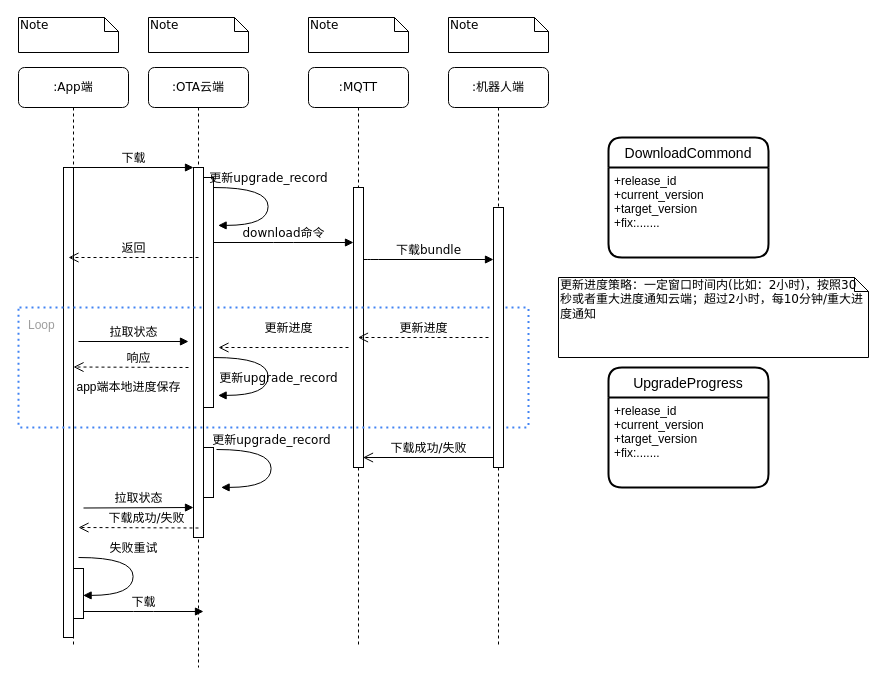
Earlier version of the draw.io diagram craft/download_flow.drawio (feihu618/drawio). Source tidied: cells renumbered, new cells numbered last; positions are measured from the earlier drawing's top-left corner, leaving out a move shared by most shapes. Both pictures are drawn from the tidied source at 100%, with x=0, y=0 at pixel (18, 17).
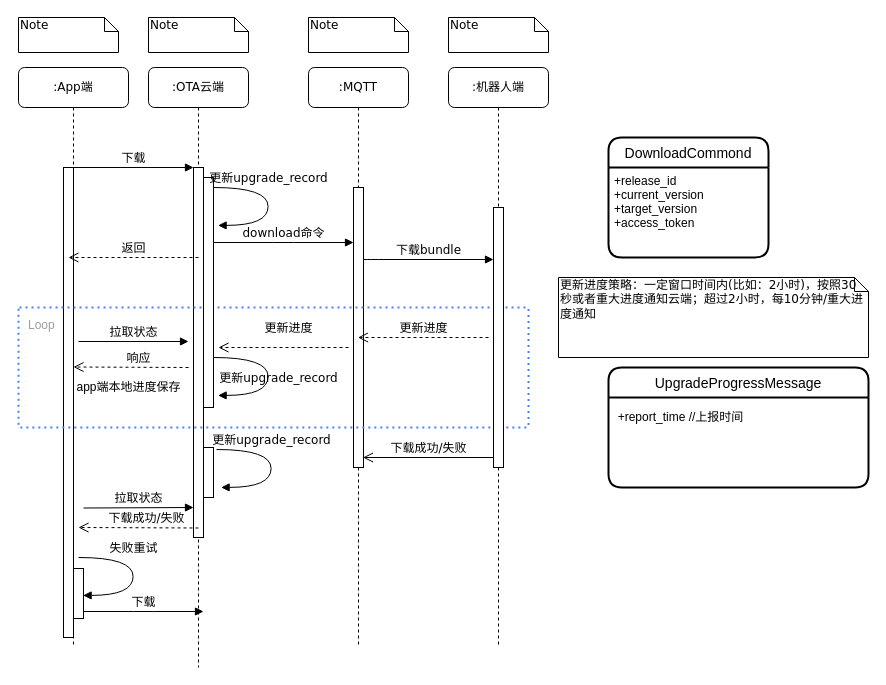
The same page after the edit.

Unchanged cells that the change refers to:
```xml
<mxCell id="37" value="DownloadCommond" style="swimlane;horizontal=1;startSize=30;rounded=1;fontSize=14;fontStyle=0;strokeWidth=2;shadow=0;dashed=0;align=center;" parent="1" vertex="1">
  <mxGeometry x="590" y="120" width="160" height="120" as="geometry" />
</mxCell>
```

What changed in the source:
```diff
@@
-    <mxCell id="38" value="+release_id&#10;+current_version&#10;+target_version&#10;+fix:......." style="align=left;strokeColor=none;fillColor=none;spacingLeft=4;fontSize=12;verticalAlign=top;" parent="37" vertex="1">
+    <mxCell id="38" value="+release_id&#10;+current_version&#10;+target_version&#10;+access_token" style="align=left;strokeColor=none;fillColor=none;spacingLeft=4;fontSize=12;verticalAlign=top;" parent="37" vertex="1">
       <mxGeometry y="30" width="160" height="90" as="geometry" />
     </mxCell>
-    <mxCell id="39" value="UpgradeProgress" style="swimlane;horizontal=1;startSize=30;rounded=1;fontSize=14;fontStyle=0;strokeWidth=2;shadow=0;dashed=0;align=center;" parent="1" vertex="1">
-      <mxGeometry x="590" y="350" width="160" height="120" as="geometry" />
+    <mxCell id="39" value="UpgradeProgressMessage" style="swimlane;horizontal=1;startSize=30;rounded=1;fontSize=14;fontStyle=0;strokeWidth=2;shadow=0;dashed=0;align=center;" parent="1" vertex="1">
+      <mxGeometry x="590" y="350" width="260" height="120" as="geometry" />
     </mxCell>
-    <mxCell id="40" value="+release_id&#10;+current_version&#10;+target_version&#10;+fix:......." style="align=left;strokeColor=none;fillColor=none;spacingLeft=4;fontSize=12;verticalAlign=top;" parent="39" vertex="1">
-      <mxGeometry y="30" width="160" height="90" as="geometry" />
-    </mxCell>
+    <mxCell id="41" value="&lt;span style=&quot;text-align: left;&quot;&gt;+report_time //上报时间&lt;/span&gt;" style="text;html=1;align=center;verticalAlign=middle;strokeColor=none;fillColor=none;" parent="1" vertex="1">
+      <mxGeometry x="592" y="390" width="140" height="20" as="geometry" />
+    </mxCell>
```
